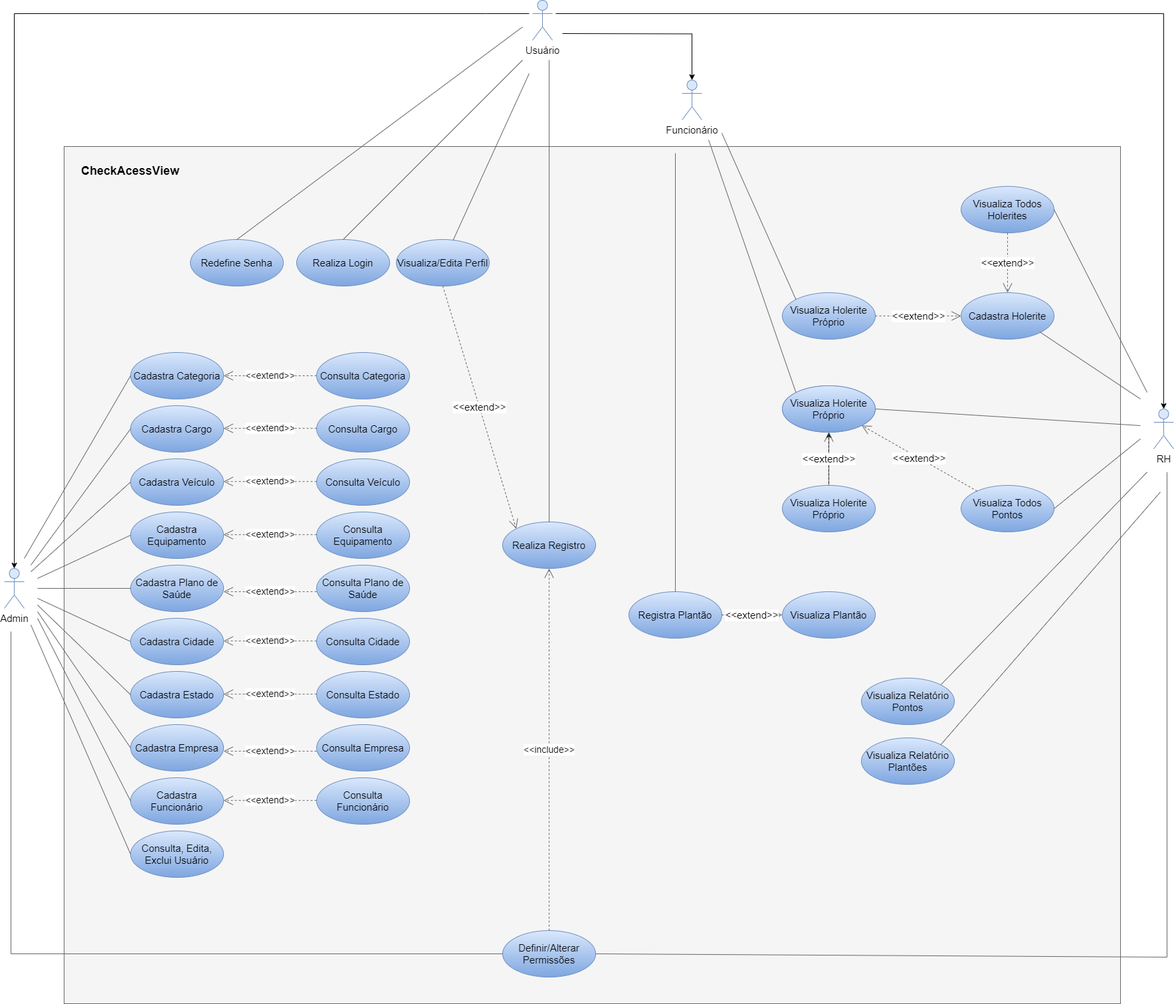
Earlier version of the draw.io export BancoDeDadosBackup/Diagramas/Use Case.png (Lucasvianaa-cpu/CheckAcessView). Source tidied: cells renumbered, new cells last; positions are measured from the earlier drawing's top-left corner, leaving out a move shared by most shapes.
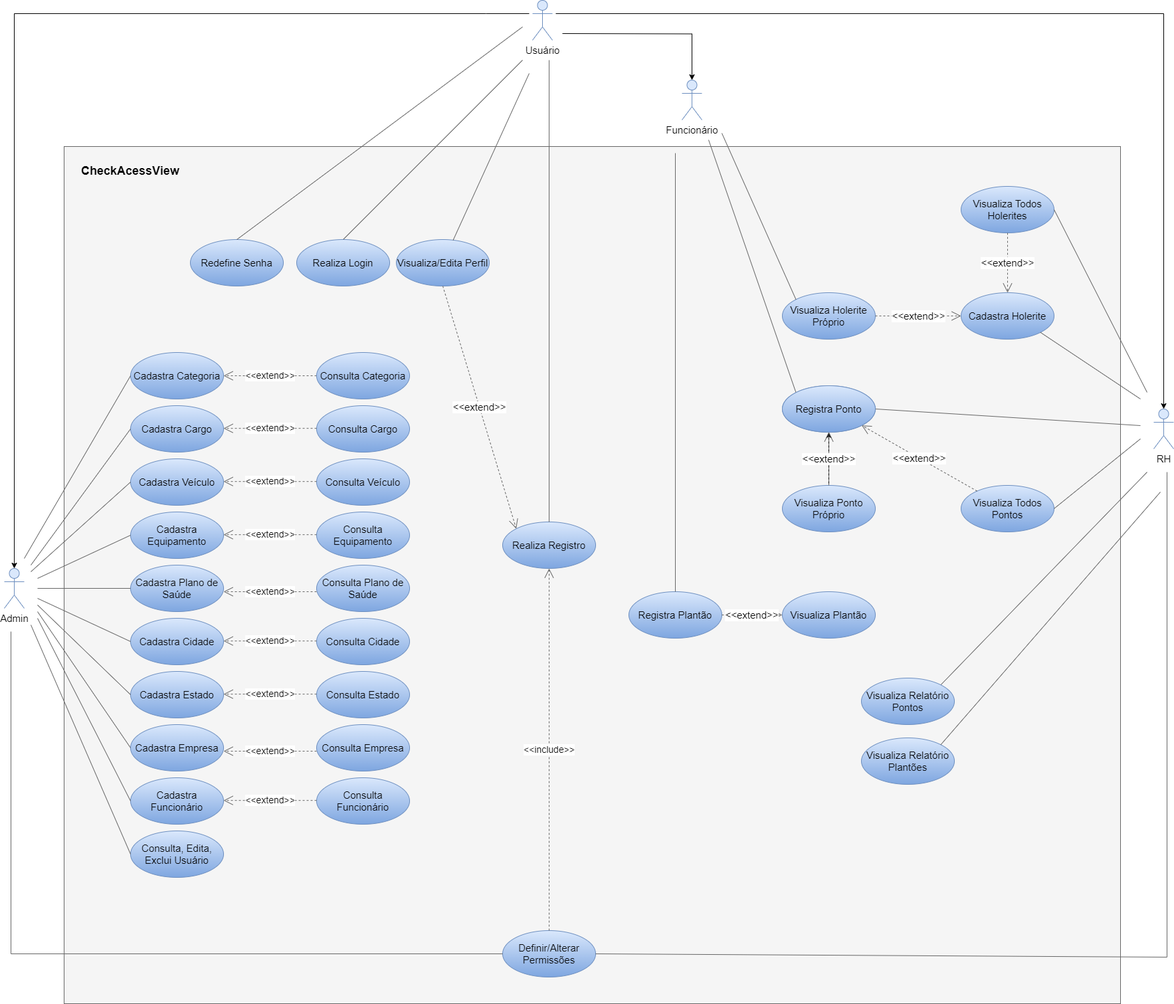
After the commit.

Commit message:
Adicionando os diagrama use case

The edit, as a diff of the source:
```diff
@@ -293,7 +293,7 @@
     <mxCell id="70" style="edgeStyle=orthogonalEdgeStyle;rounded=0;jettySize=auto;html=1;" parent="1" edge="1" source="71" target="87">
       <mxGeometry relative="1" as="geometry" />
     </mxCell>
-    <mxCell id="71" value="Visualiza Holerite&lt;br&gt;Próprio" style="ellipse;whiteSpace=wrap;html=1;fontSize=15;fillColor=#dae8fc;gradientColor=#7ea6e0;strokeColor=#6c8ebf;fontColor=#000;" parent="1" vertex="1">
+    <mxCell id="71" value="Visualiza Ponto&lt;br&gt;Próprio" style="ellipse;whiteSpace=wrap;html=1;fontSize=15;fillColor=#dae8fc;gradientColor=#7ea6e0;strokeColor=#6c8ebf;fontColor=#000;" parent="1" vertex="1">
       <mxGeometry x="1171" y="730" width="140" height="70" as="geometry" />
     </mxCell>
     <mxCell id="72" value="Registra Ponto" style="ellipse;whiteSpace=wrap;html=1;fontSize=15;fillColor=#dae8fc;gradientColor=#7ea6e0;strokeColor=#6c8ebf;fontColor=#000;" parent="1" vertex="1">
@@ -353,7 +353,7 @@
         <mxPoint x="1740" y="740" as="targetPoint" />
       </mxGeometry>
     </mxCell>
-    <mxCell id="87" value="Visualiza Holerite&lt;br&gt;Próprio" style="ellipse;whiteSpace=wrap;html=1;fontSize=15;fillColor=#dae8fc;gradientColor=#7ea6e0;strokeColor=#6c8ebf;fontColor=#000;" parent="1" vertex="1">
+    <mxCell id="87" value="Registra Ponto" style="ellipse;whiteSpace=wrap;html=1;fontSize=15;fillColor=#dae8fc;gradientColor=#7ea6e0;strokeColor=#6c8ebf;fontColor=#000;" parent="1" vertex="1">
       <mxGeometry x="1171" y="580" width="140" height="70" as="geometry" />
     </mxCell>
   </root>
```
